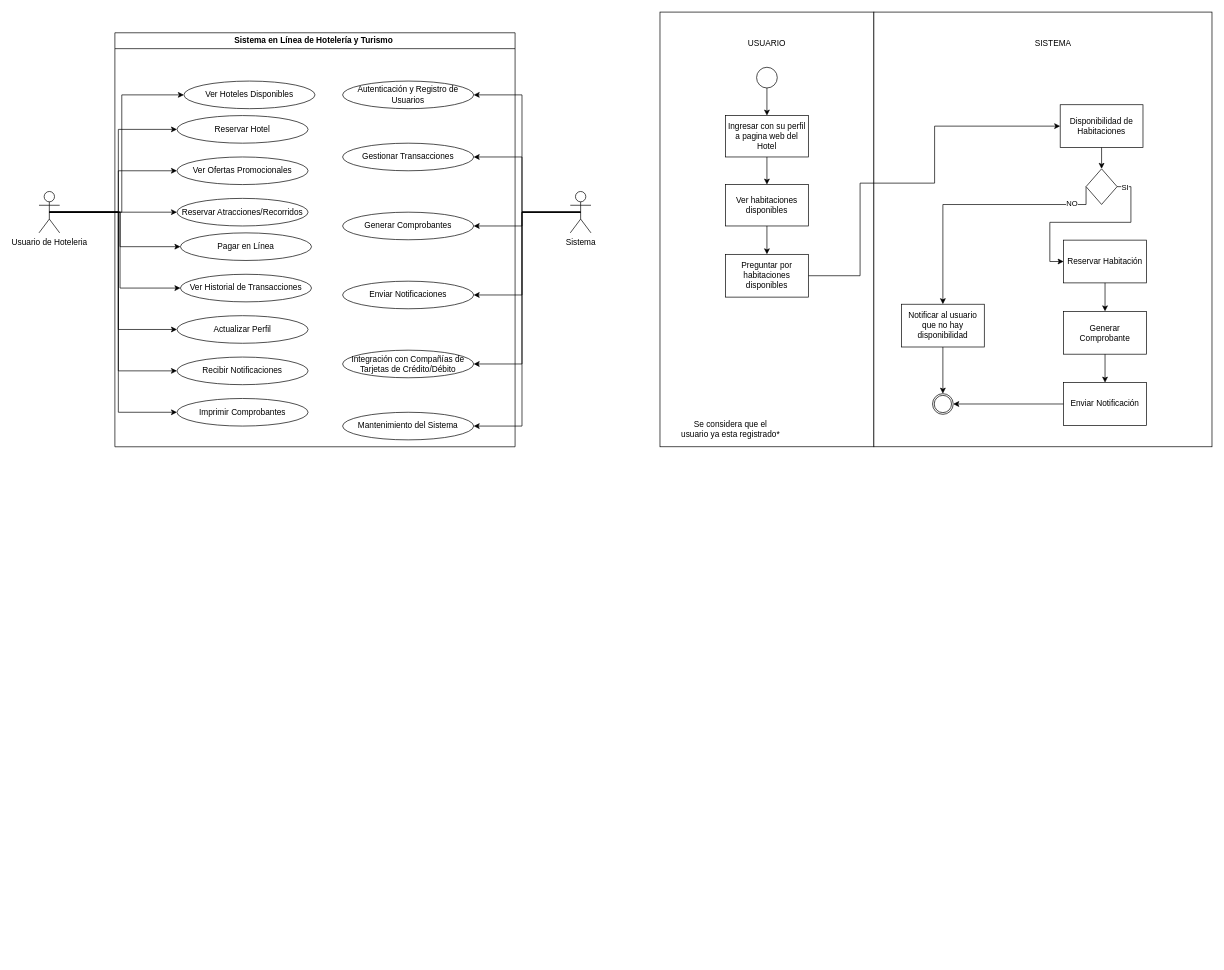
The draw.io diagram Untitled Diagram.drawio in EZambranoFx/DIAGRAMAS, before the edit. Source tidied: cells renumbered, new cells numbered last; positions are measured from the earlier drawing's top-left corner, leaving out a move shared by most shapes. Both pictures are drawn from the tidied source at 69%, with x=0, y=0 at pixel (39, 12).
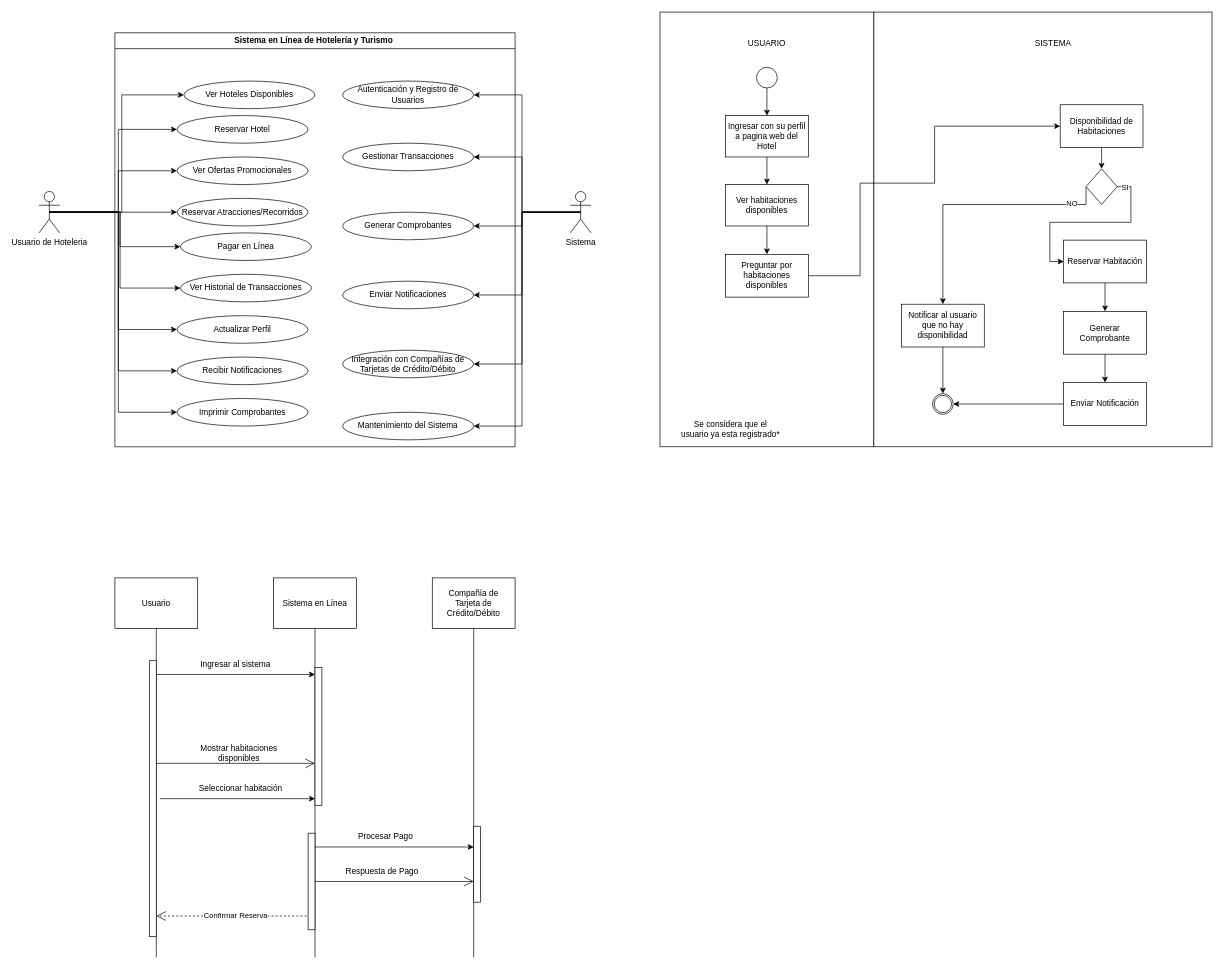
Above is the later version.

The edit, as a diff of the source:
```diff
@@
+    <mxCell id="66" style="group;" parent="1" vertex="1">
+      <mxGeometry x="110" y="820" width="580" height="550" as="geometry" />
+    </mxCell>
+    <mxCell id="67" style="group;" parent="66" vertex="1">
+      <mxGeometry width="120" height="550" as="geometry" />
+    </mxCell>
+    <mxCell id="68" value="Usuario" style="rounded=0;whiteSpace=wrap;html=1;" parent="67" vertex="1">
+      <mxGeometry width="120" height="73.3" as="geometry" />
+    </mxCell>
+    <mxCell id="69" style="endArrow=none;html=1;rounded=0;entryX=0.5;entryY=1;entryDx=0;entryDy=0;" parent="67" edge="1" target="68">
+      <mxGeometry relative="1" as="geometry">
+        <mxPoint x="60" y="550" as="sourcePoint" />
+      </mxGeometry>
+    </mxCell>
+    <mxCell id="70" style="group;" parent="66" vertex="1">
+      <mxGeometry x="230" width="120" height="550" as="geometry" />
+    </mxCell>
+    <mxCell id="71" value="Sistema en Línea" style="rounded=0;whiteSpace=wrap;html=1;" parent="70" vertex="1">
+      <mxGeometry width="120" height="73.3" as="geometry" />
+    </mxCell>
+    <mxCell id="72" style="endArrow=none;html=1;rounded=0;entryX=0.5;entryY=1;entryDx=0;entryDy=0;" parent="70" edge="1" target="71">
+      <mxGeometry relative="1" as="geometry">
+        <mxPoint x="60" y="550" as="sourcePoint" />
+      </mxGeometry>
+    </mxCell>
+    <mxCell id="73" style="group;" parent="66" vertex="1">
+      <mxGeometry x="460" width="120" height="550" as="geometry" />
+    </mxCell>
+    <mxCell id="74" value="Compañía de Tarjeta&amp;nbsp;de Crédito/Débito" style="rounded=0;whiteSpace=wrap;html=1;" parent="73" vertex="1">
+      <mxGeometry width="120" height="73.3" as="geometry" />
+    </mxCell>
+    <mxCell id="75" style="endArrow=none;html=1;rounded=0;entryX=0.5;entryY=1;entryDx=0;entryDy=0;" parent="73" edge="1" target="74">
+      <mxGeometry relative="1" as="geometry">
+        <mxPoint x="60" y="550" as="sourcePoint" />
+      </mxGeometry>
+    </mxCell>
+    <mxCell id="76" style="endArrow=open;endFill=1;endSize=12;html=1;rounded=0;" parent="73" edge="1">
+      <mxGeometry relative="1" as="geometry">
+        <mxPoint x="-170" y="440" as="sourcePoint" />
+        <mxPoint x="60" y="440" as="targetPoint" />
+      </mxGeometry>
+    </mxCell>
+    <mxCell id="77" value="Procesar Pago" style="text;html=1;strokeColor=none;fillColor=none;align=center;verticalAlign=middle;whiteSpace=wrap;rounded=0;" parent="73" vertex="1">
+      <mxGeometry x="-135" y="360" width="135" height="30" as="geometry" />
+    </mxCell>
+    <mxCell id="78" style="endArrow=classic;html=1;rounded=0;" parent="73" edge="1">
+      <mxGeometry relative="1" as="geometry">
+        <mxPoint x="-170" y="390" as="sourcePoint" />
+        <mxPoint x="60" y="390" as="targetPoint" />
+      </mxGeometry>
+    </mxCell>
+    <mxCell id="79" style="endArrow=classic;html=1;rounded=0;" parent="66" edge="1">
+      <mxGeometry relative="1" as="geometry">
+        <mxPoint x="65" y="320" as="sourcePoint" />
+        <mxPoint x="290" y="320" as="targetPoint" />
+      </mxGeometry>
+    </mxCell>
+    <mxCell id="80" style="endArrow=classic;html=1;rounded=0;" parent="66" edge="1">
+      <mxGeometry relative="1" as="geometry">
+        <mxPoint x="60" y="140" as="sourcePoint" />
+        <mxPoint x="290" y="140" as="targetPoint" />
+      </mxGeometry>
+    </mxCell>
+    <mxCell id="81" style="endArrow=open;endFill=1;endSize=12;html=1;rounded=0;" parent="66" edge="1">
+      <mxGeometry relative="1" as="geometry">
+        <mxPoint x="60" y="268.8" as="sourcePoint" />
+        <mxPoint x="290" y="268.8" as="targetPoint" />
+      </mxGeometry>
+    </mxCell>
+    <mxCell id="82" value="Ingresar al sistema" style="text;html=1;strokeColor=none;fillColor=none;align=center;verticalAlign=middle;whiteSpace=wrap;rounded=0;" parent="66" vertex="1">
+      <mxGeometry x="120" y="110" width="110" height="30" as="geometry" />
+    </mxCell>
+    <mxCell id="83" value="Mostrar habitaciones disponibles" style="text;html=1;strokeColor=none;fillColor=none;align=center;verticalAlign=middle;whiteSpace=wrap;rounded=0;" parent="66" vertex="1">
+      <mxGeometry x="120" y="238.8" width="120" height="30" as="geometry" />
+    </mxCell>
+    <mxCell id="84" value="Seleccionar habitación" style="text;html=1;strokeColor=none;fillColor=none;align=center;verticalAlign=middle;whiteSpace=wrap;rounded=0;" parent="66" vertex="1">
+      <mxGeometry x="115" y="290" width="135" height="30" as="geometry" />
+    </mxCell>
+    <mxCell id="85" value="Respuesta de Pago" style="text;html=1;strokeColor=none;fillColor=none;align=center;verticalAlign=middle;whiteSpace=wrap;rounded=0;" parent="66" vertex="1">
+      <mxGeometry x="320" y="410" width="135" height="30" as="geometry" />
+    </mxCell>
+    <mxCell id="86" value="Confirmar Reserva" style="endArrow=open;endSize=12;dashed=1;html=1;rounded=0;" parent="66" edge="1">
+      <mxGeometry relative="1" as="geometry">
+        <mxPoint x="290" y="490" as="sourcePoint" />
+        <mxPoint x="60" y="490" as="targetPoint" />
+      </mxGeometry>
+    </mxCell>
+    <mxCell id="87" style="rounded=0;whiteSpace=wrap;html=1;" parent="1" vertex="1">
+      <mxGeometry x="390" y="1190" width="10" height="140" as="geometry" />
+    </mxCell>
+    <mxCell id="88" style="rounded=0;whiteSpace=wrap;html=1;" parent="1" vertex="1">
+      <mxGeometry x="160" y="940" width="10" height="400" as="geometry" />
+    </mxCell>
+    <mxCell id="89" style="rounded=0;whiteSpace=wrap;html=1;" parent="1" vertex="1">
+      <mxGeometry x="630" y="1180" width="10" height="110" as="geometry" />
+    </mxCell>
+    <mxCell id="90" style="rounded=0;whiteSpace=wrap;html=1;" parent="1" vertex="1">
+      <mxGeometry x="400" y="950" width="10" height="200" as="geometry" />
+    </mxCell>
```
